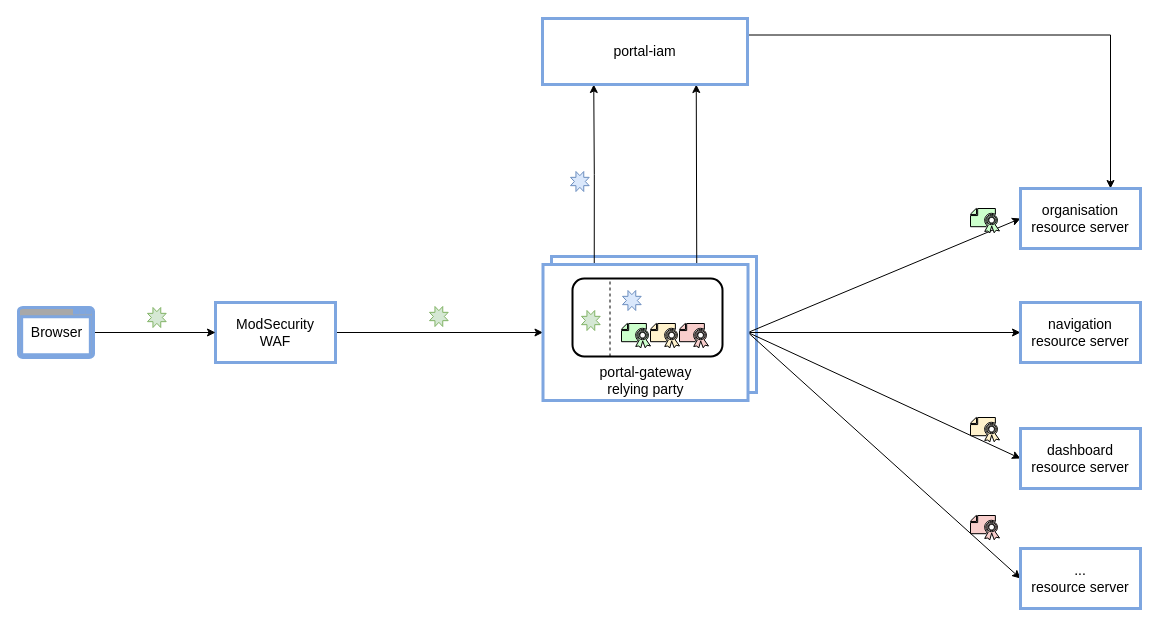
Above: page "Page-1" (1 of 9) of .docs/PortalGateway.drawio in uniport/uniport-gateway (draw.io), before the change. Source tidied: cells renumbered, new cells numbered last; positions are measured from the earlier drawing's top-left corner, leaving out a move shared by most shapes. Both pictures are drawn from the tidied source at 100%, with x=0, y=0 at pixel (18, 18).
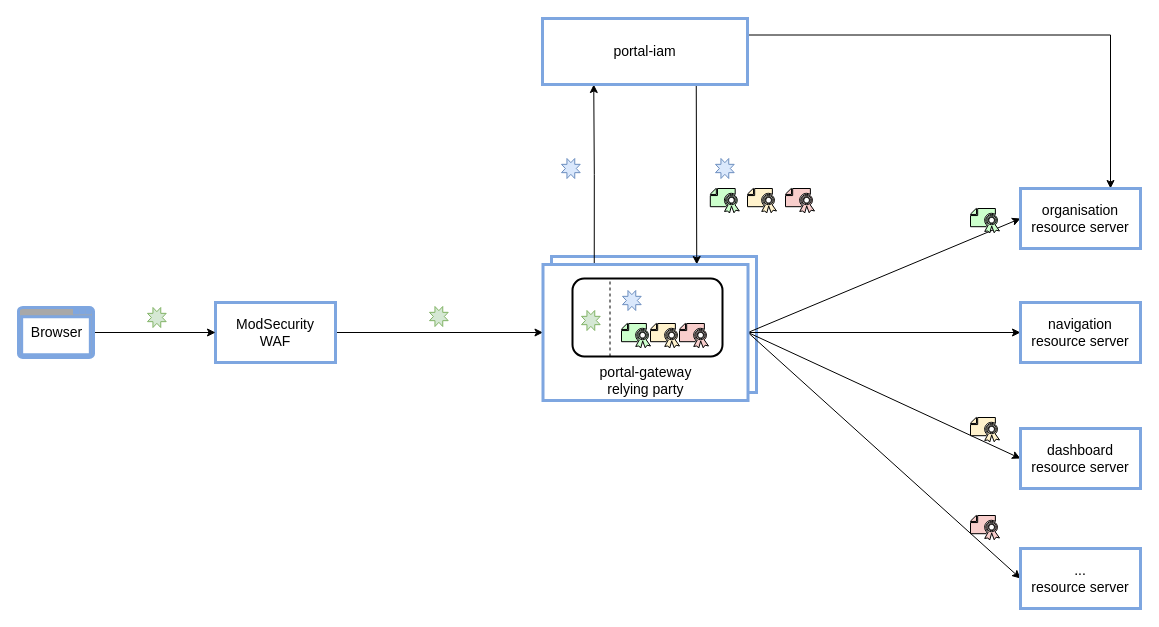
The same page after the edit.

Commit message (it also covers changes not shown here):
PORTAL-89: Initial Version für Portal Gateway, mit com.inventage.vertx.vertx-http-proxy

Unchanged cells that the change refers to:
```xml
<mxCell id="12" value="portal-gateway&lt;br&gt;relying party" style="rounded=0;whiteSpace=wrap;html=1;strokeWidth=3;strokeColor=#7EA6E0;fontSize=14;verticalAlign=bottom;" parent="1" vertex="1">
  <mxGeometry x="524.5" y="246" width="205" height="136" as="geometry" />
</mxCell>
<mxCell id="18" value="portal-iam" style="rounded=0;whiteSpace=wrap;html=1;strokeWidth=3;strokeColor=#7EA6E0;fontSize=14;" parent="1" vertex="1">
  <mxGeometry x="524" width="205" height="66" as="geometry" />
</mxCell>
```

Diff of the diagram source:
```diff
@@
-    <mxCell id="10" style="edgeStyle=none;rounded=0;jettySize=auto;html=1;exitX=0.75;exitY=0;exitDx=0;exitDy=0;entryX=0.75;entryY=1;entryDx=0;entryDy=0;startArrow=none;startFill=0;fontSize=8;" parent="1" edge="1" source="12" target="18">
+    <mxCell id="10" style="edgeStyle=none;rounded=0;jettySize=auto;html=1;exitX=0.75;exitY=0;exitDx=0;exitDy=0;entryX=0.75;entryY=1;entryDx=0;entryDy=0;startArrow=classic;startFill=1;fontSize=8;endArrow=none;endFill=0;" parent="1" edge="1" source="12" target="18">
       <mxGeometry relative="1" as="geometry" />
     </mxCell>
@@
     <mxCell id="21" style="verticalLabelPosition=bottom;verticalAlign=top;html=1;shape=mxgraph.basic.8_point_star;strokeColor=#6c8ebf;fillColor=#dae8fc;fontSize=8;" parent="1" vertex="1">
-      <mxGeometry x="552" y="153" width="18.7" height="20" as="geometry" />
+      <mxGeometry x="697" y="140" width="18.7" height="20" as="geometry" />
     </mxCell>
@@
+    <mxCell id="34" style="shadow=0;dashed=0;html=1;labelPosition=center;verticalLabelPosition=bottom;verticalAlign=top;align=center;shape=mxgraph.office.security.certificate;fillColor=#CCFFCC;" parent="1" vertex="1">
+      <mxGeometry x="691.8" y="170" width="29" height="24.5" as="geometry" />
+    </mxCell>
+    <mxCell id="35" style="shadow=0;dashed=0;html=1;labelPosition=center;verticalLabelPosition=bottom;verticalAlign=top;align=center;shape=mxgraph.office.security.certificate;fillColor=#fff2cc;" parent="1" vertex="1">
+      <mxGeometry x="729" y="170" width="29" height="24.5" as="geometry" />
+    </mxCell>
+    <mxCell id="36" style="shadow=0;dashed=0;html=1;labelPosition=center;verticalLabelPosition=bottom;verticalAlign=top;align=center;shape=mxgraph.office.security.certificate;fillColor=#f8cecc;" parent="1" vertex="1">
+      <mxGeometry x="767" y="170" width="29" height="24.5" as="geometry" />
+    </mxCell>
+    <mxCell id="37" style="verticalLabelPosition=bottom;verticalAlign=top;html=1;shape=mxgraph.basic.8_point_star;strokeColor=#6c8ebf;fillColor=#dae8fc;fontSize=8;" parent="1" vertex="1">
+      <mxGeometry x="543" y="140" width="18.7" height="20" as="geometry" />
+    </mxCell>
```
